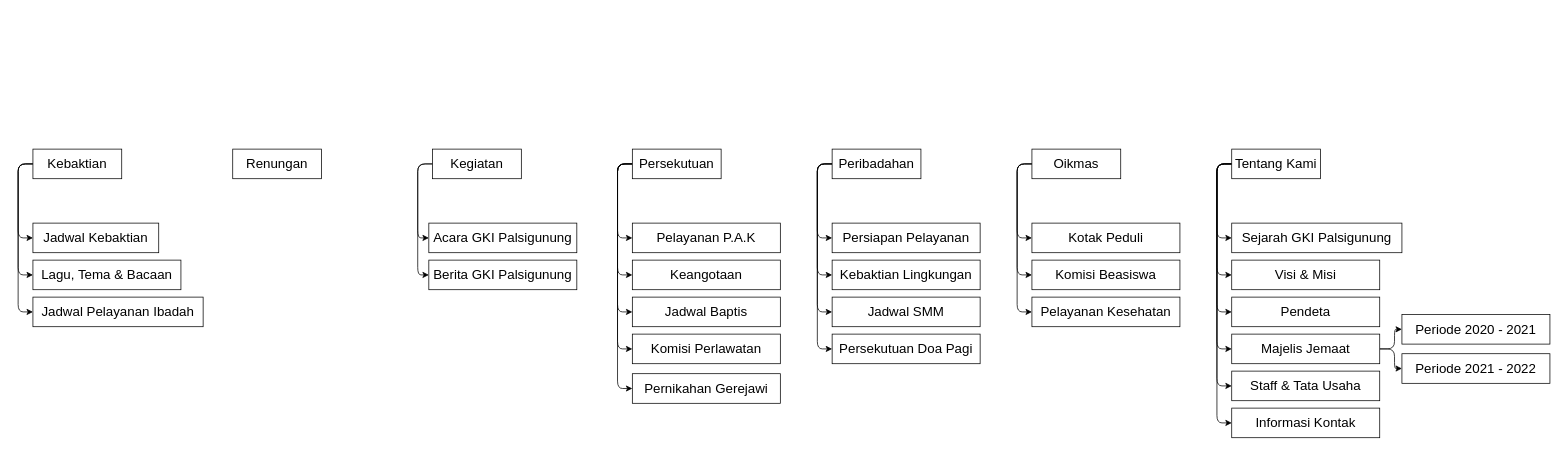
Before: page "Website" (1 of 2) of Menu Tree.drawio in lmarkrol/gkipalsigunung, a draw.io diagram. Source tidied: cells renumbered, new cells numbered last; positions are measured from the earlier drawing's top-left corner, leaving out a move shared by most shapes. Both pictures are drawn from the tidied source at 74%, with x=0, y=0 at pixel (33, 149).
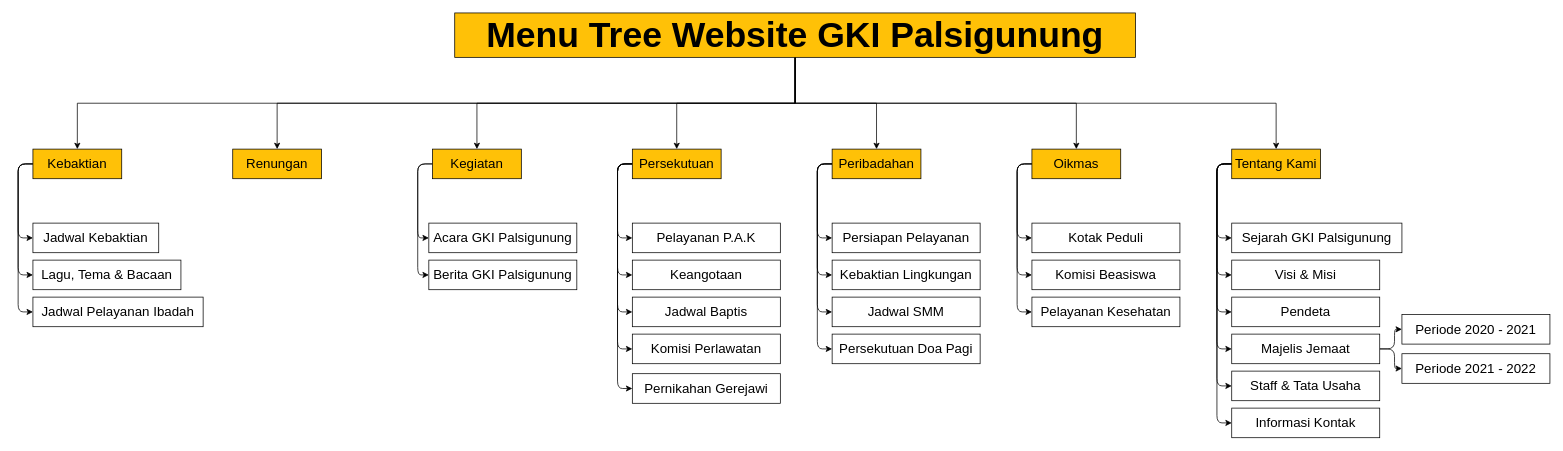
After the change.

What changed in the source:
```diff
@@
-    <mxCell id="5" value="&lt;font style=&quot;font-size: 18px&quot;&gt;Kebaktian&lt;/font&gt;" style="whiteSpace=wrap;html=1;rounded=0;" parent="1" vertex="1">
+    <mxCell id="5" value="&lt;font style=&quot;font-size: 18px&quot;&gt;Kebaktian&lt;/font&gt;" style="whiteSpace=wrap;html=1;rounded=0;fillColor=#FFC107;" parent="1" vertex="1">
       <mxGeometry width="120" height="40" as="geometry" />
     </mxCell>
-    <mxCell id="6" value="&lt;font style=&quot;font-size: 18px&quot;&gt;Renungan&lt;/font&gt;" style="whiteSpace=wrap;html=1;rounded=0;" parent="1" vertex="1">
+    <mxCell id="6" value="&lt;font style=&quot;font-size: 18px&quot;&gt;Renungan&lt;/font&gt;" style="whiteSpace=wrap;html=1;rounded=0;fillColor=#FFC107;" parent="1" vertex="1">
       <mxGeometry x="270" width="120" height="40" as="geometry" />
     </mxCell>
@@
-    <mxCell id="9" value="&lt;font style=&quot;font-size: 18px&quot;&gt;Kegiatan&lt;/font&gt;" style="whiteSpace=wrap;html=1;rounded=0;" parent="1" vertex="1">
+    <mxCell id="9" value="&lt;font style=&quot;font-size: 18px&quot;&gt;Kegiatan&lt;/font&gt;" style="whiteSpace=wrap;html=1;rounded=0;fillColor=#FFC107;" parent="1" vertex="1">
       <mxGeometry x="540" width="120" height="40" as="geometry" />
     </mxCell>
@@
-    <mxCell id="15" value="&lt;font style=&quot;font-size: 18px&quot;&gt;Persekutuan&lt;/font&gt;" style="whiteSpace=wrap;html=1;rounded=0;" parent="1" vertex="1">
+    <mxCell id="15" value="&lt;font style=&quot;font-size: 18px&quot;&gt;Persekutuan&lt;/font&gt;" style="whiteSpace=wrap;html=1;rounded=0;fillColor=#FFC107;" parent="1" vertex="1">
       <mxGeometry x="810" width="120" height="40" as="geometry" />
     </mxCell>
@@
-    <mxCell id="20" value="&lt;font style=&quot;font-size: 18px&quot;&gt;Peribadahan&lt;/font&gt;" style="whiteSpace=wrap;html=1;rounded=0;" parent="1" vertex="1">
+    <mxCell id="20" value="&lt;font style=&quot;font-size: 18px&quot;&gt;Peribadahan&lt;/font&gt;" style="whiteSpace=wrap;html=1;rounded=0;fillColor=#FFC107;" parent="1" vertex="1">
       <mxGeometry x="1080" width="120" height="40" as="geometry" />
     </mxCell>
@@
-    <mxCell id="24" value="&lt;font style=&quot;font-size: 18px&quot;&gt;Oikmas&lt;/font&gt;" style="whiteSpace=wrap;html=1;rounded=0;" parent="1" vertex="1">
+    <mxCell id="24" value="&lt;font style=&quot;font-size: 18px&quot;&gt;Oikmas&lt;/font&gt;" style="whiteSpace=wrap;html=1;rounded=0;fillColor=#FFC107;" parent="1" vertex="1">
       <mxGeometry x="1350" width="120" height="40" as="geometry" />
     </mxCell>
@@
-    <mxCell id="31" value="&lt;font style=&quot;font-size: 18px&quot;&gt;Tentang Kami&lt;/font&gt;" style="whiteSpace=wrap;html=1;rounded=0;" parent="1" vertex="1">
+    <mxCell id="31" value="&lt;font style=&quot;font-size: 18px&quot;&gt;Tentang Kami&lt;/font&gt;" style="whiteSpace=wrap;html=1;rounded=0;fillColor=#FFC107;" parent="1" vertex="1">
       <mxGeometry x="1620" width="120" height="40" as="geometry" />
     </mxCell>
@@
+    <mxCell id="59" style="edgeStyle=orthogonalEdgeStyle;rounded=0;jettySize=auto;html=1;exitX=0.5;exitY=1;exitDx=0;exitDy=0;entryX=0.5;entryY=0;entryDx=0;entryDy=0;fontSize=48;" parent="1" edge="1" source="66" target="5">
+      <mxGeometry relative="1" as="geometry" />
+    </mxCell>
+    <mxCell id="60" style="edgeStyle=orthogonalEdgeStyle;rounded=0;jettySize=auto;html=1;exitX=0.5;exitY=1;exitDx=0;exitDy=0;entryX=0.5;entryY=0;entryDx=0;entryDy=0;fontSize=48;" parent="1" edge="1" source="66" target="6">
+      <mxGeometry relative="1" as="geometry" />
+    </mxCell>
+    <mxCell id="61" style="edgeStyle=orthogonalEdgeStyle;rounded=0;jettySize=auto;html=1;exitX=0.5;exitY=1;exitDx=0;exitDy=0;entryX=0.5;entryY=0;entryDx=0;entryDy=0;fontSize=48;" parent="1" edge="1" source="66" target="9">
+      <mxGeometry relative="1" as="geometry" />
+    </mxCell>
+    <mxCell id="62" style="edgeStyle=orthogonalEdgeStyle;rounded=0;jettySize=auto;html=1;exitX=0.5;exitY=1;exitDx=0;exitDy=0;entryX=0.5;entryY=0;entryDx=0;entryDy=0;fontSize=48;" parent="1" edge="1" source="66" target="15">
+      <mxGeometry relative="1" as="geometry" />
+    </mxCell>
+    <mxCell id="63" style="edgeStyle=orthogonalEdgeStyle;rounded=0;jettySize=auto;html=1;exitX=0.5;exitY=1;exitDx=0;exitDy=0;entryX=0.5;entryY=0;entryDx=0;entryDy=0;fontSize=48;" parent="1" edge="1" source="66" target="20">
+      <mxGeometry relative="1" as="geometry" />
+    </mxCell>
+    <mxCell id="64" style="edgeStyle=orthogonalEdgeStyle;rounded=0;jettySize=auto;html=1;exitX=0.5;exitY=1;exitDx=0;exitDy=0;entryX=0.5;entryY=0;entryDx=0;entryDy=0;fontSize=48;" parent="1" edge="1" source="66" target="24">
+      <mxGeometry relative="1" as="geometry" />
+    </mxCell>
+    <mxCell id="65" style="edgeStyle=orthogonalEdgeStyle;rounded=0;jettySize=auto;html=1;exitX=0.5;exitY=1;exitDx=0;exitDy=0;entryX=0.5;entryY=0;entryDx=0;entryDy=0;fontSize=48;" parent="1" edge="1" source="66" target="31">
+      <mxGeometry relative="1" as="geometry" />
+    </mxCell>
+    <mxCell id="66" value="&lt;span style=&quot;font-weight: 700&quot;&gt;Menu Tree Website GKI Palsigunung&lt;/span&gt;" style="whiteSpace=wrap;html=1;fontSize=48;fillColor=#FFC107;" parent="1" vertex="1">
+      <mxGeometry x="570" y="-184" width="920" height="60" as="geometry" />
+    </mxCell>
```
